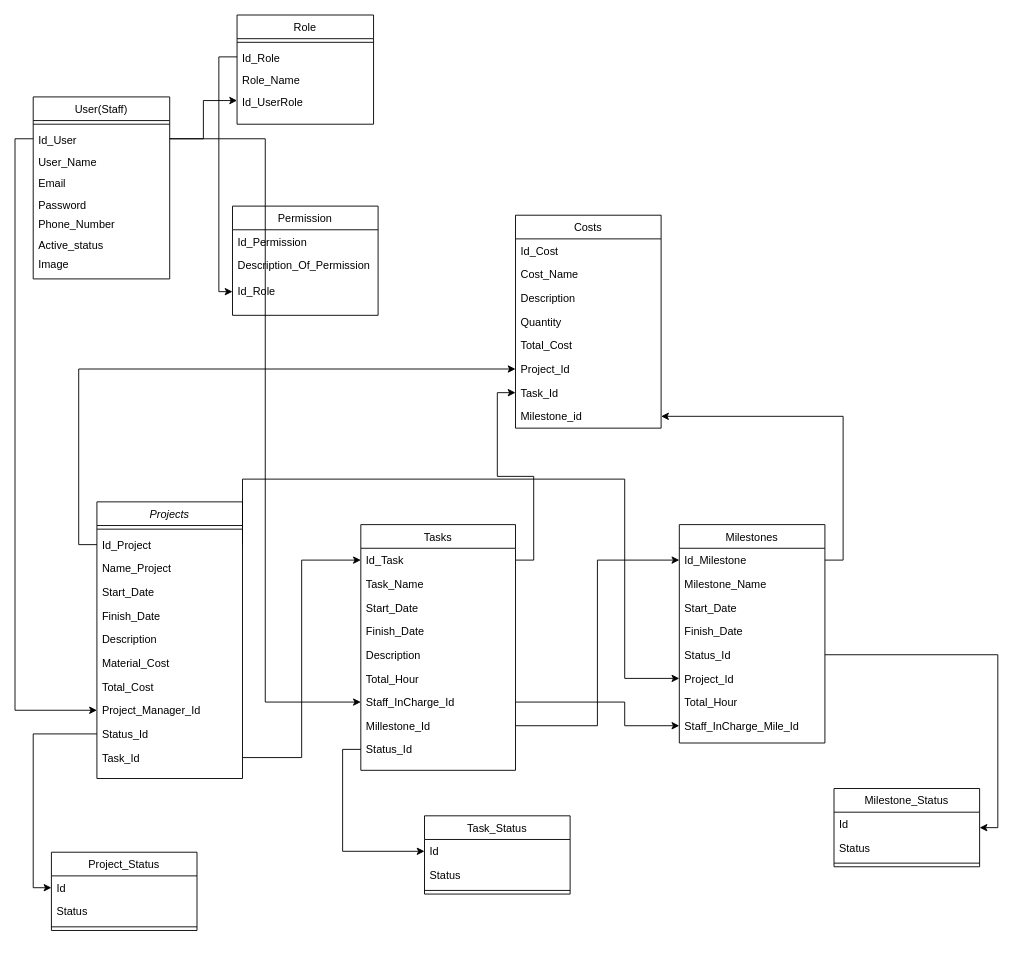
This is PBL3.drawio from nate-q-136/APP-MANAGEMENT-LIB, a draw.io file, before an edit. Source tidied: cells renumbered, new cells numbered last; positions are measured from the earlier drawing's top-left corner, leaving out a move shared by most shapes. Both pictures are drawn from the tidied source at 91%, with x=0, y=0 at pixel (33, 15).
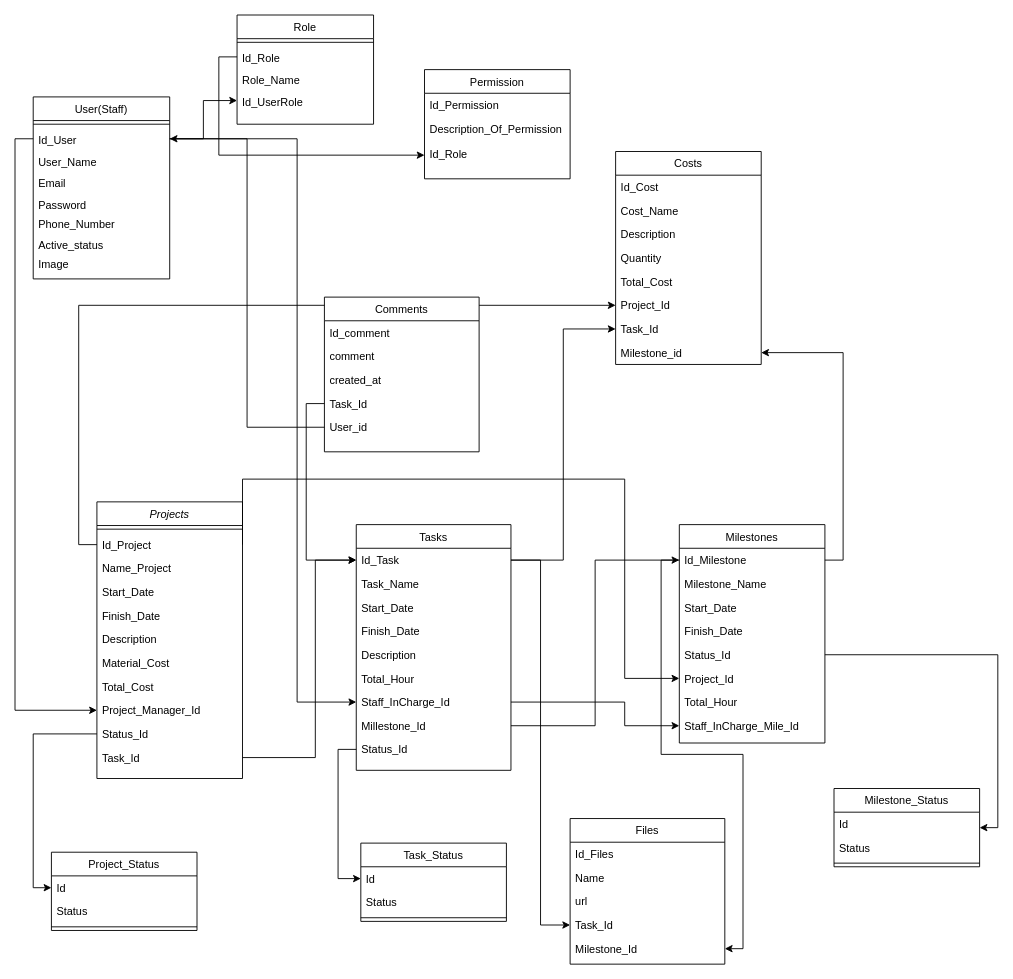
Above is the later version.

Commit message:
Cập nhật PBL3.drawio

The change refers to these unchanged cells:
```xml
<mxCell id="13" value="Task_Id" style="text;align=left;verticalAlign=top;spacingLeft=4;spacingRight=4;overflow=hidden;points=[[0,0.5],[1,0.5]];portConstraint=eastwest;" parent="2" vertex="1">
  <mxGeometry y="268" width="160" height="26" as="geometry" />
</mxCell>
<mxCell id="16" value="Id_User" style="text;align=left;verticalAlign=top;spacingLeft=4;spacingRight=4;overflow=hidden;points=[[0,0.5],[1,0.5]];portConstraint=eastwest;" parent="14" vertex="1">
  <mxGeometry y="34" width="150" height="24" as="geometry" />
</mxCell>
<mxCell id="24" value="Id_Task&#10;" style="text;align=left;verticalAlign=top;spacingLeft=4;spacingRight=4;overflow=hidden;points=[[0,0.5],[1,0.5]];portConstraint=eastwest;" parent="23" vertex="1">
  <mxGeometry y="26" width="170" height="26" as="geometry" />
</mxCell>
<mxCell id="30" value="Staff_InCharge_Id" style="text;align=left;verticalAlign=top;spacingLeft=4;spacingRight=4;overflow=hidden;points=[[0,0.5],[1,0.5]];portConstraint=eastwest;rounded=0;shadow=0;html=0;" parent="23" vertex="1">
  <mxGeometry y="182" width="170" height="26" as="geometry" />
</mxCell>
<mxCell id="47" value="Id_Milestone" style="text;align=left;verticalAlign=top;spacingLeft=4;spacingRight=4;overflow=hidden;points=[[0,0.5],[1,0.5]];portConstraint=eastwest;" parent="46" vertex="1">
  <mxGeometry y="26" width="160" height="26" as="geometry" />
</mxCell>
```

What changed in the source:
```diff
@@
     <mxCell id="23" value="Tasks&#10;" style="swimlane;fontStyle=0;align=center;verticalAlign=top;horizontal=1;startSize=26;rounded=0;shadow=0;strokeWidth=1;" parent="1" vertex="1">
-      <mxGeometry x="360" y="560" width="170" height="270" as="geometry" />
+      <mxGeometry x="355" y="560" width="170" height="270" as="geometry" />
     </mxCell>
@@
     <mxCell id="42" value="Permission" style="swimlane;fontStyle=0;align=center;verticalAlign=top;horizontal=1;startSize=26;rounded=0;shadow=0;strokeWidth=1;" parent="1" vertex="1">
-      <mxGeometry x="219" y="210" width="160" height="120" as="geometry" />
+      <mxGeometry x="430" y="60" width="160" height="120" as="geometry" />
     </mxCell>
@@
     <mxCell id="55" value="Costs" style="swimlane;fontStyle=0;align=center;verticalAlign=top;horizontal=1;startSize=26;rounded=0;shadow=0;strokeWidth=1;" parent="1" vertex="1">
-      <mxGeometry x="530" y="220" width="160" height="234" as="geometry" />
+      <mxGeometry x="640" y="150" width="160" height="234" as="geometry" />
     </mxCell>
@@
     <mxCell id="64" value="Task_Status" style="swimlane;fontStyle=0;align=center;verticalAlign=top;horizontal=1;startSize=26;rounded=0;shadow=0;strokeWidth=1;" parent="1" vertex="1">
-      <mxGeometry x="430" y="880" width="160" height="86" as="geometry" />
+      <mxGeometry x="360" y="910" width="160" height="86" as="geometry" />
     </mxCell>
@@
     <mxCell id="75" style="edgeStyle=orthogonalEdgeStyle;rounded=0;jettySize=auto;html=1;exitX=1;exitY=0.5;exitDx=0;exitDy=0;" parent="1" edge="1" source="16" target="30">
-      <mxGeometry relative="1" as="geometry" />
+      <mxGeometry relative="1" as="geometry">
+        <Array as="points">
+          <mxPoint x="290" y="136" />
+          <mxPoint x="290" y="755" />
+        </Array>
+      </mxGeometry>
     </mxCell>
@@
     <mxCell id="80" style="edgeStyle=orthogonalEdgeStyle;rounded=0;jettySize=auto;html=1;exitX=1;exitY=0.5;exitDx=0;exitDy=0;entryX=0;entryY=0.5;entryDx=0;entryDy=0;" parent="1" edge="1" source="13" target="24">
-      <mxGeometry relative="1" as="geometry" />
+      <mxGeometry relative="1" as="geometry">
+        <Array as="points">
+          <mxPoint x="310" y="816" />
+          <mxPoint x="310" y="599" />
+        </Array>
+      </mxGeometry>
     </mxCell>
@@
+    <mxCell id="86" value="Comments" style="swimlane;fontStyle=0;align=center;verticalAlign=top;horizontal=1;startSize=26;rounded=0;shadow=0;strokeWidth=1;" parent="1" vertex="1">
+      <mxGeometry x="320" y="310" width="170" height="170" as="geometry" />
+    </mxCell>
+    <mxCell id="87" value="Id_comment" style="text;align=left;verticalAlign=top;spacingLeft=4;spacingRight=4;overflow=hidden;" parent="86" vertex="1">
+      <mxGeometry y="26" width="170" height="26" as="geometry" />
+    </mxCell>
+    <mxCell id="88" value="comment" style="text;align=left;verticalAlign=top;spacingLeft=4;spacingRight=4;overflow=hidden;rounded=0;shadow=0;html=0;" parent="86" vertex="1">
+      <mxGeometry y="52" width="170" height="26" as="geometry" />
+    </mxCell>
+    <mxCell id="89" value="created_at" style="text;align=left;verticalAlign=top;spacingLeft=4;spacingRight=4;overflow=hidden;rounded=0;shadow=0;html=0;" parent="86" vertex="1">
+      <mxGeometry y="78" width="170" height="26" as="geometry" />
+    </mxCell>
+    <mxCell id="90" value="Task_Id" style="text;align=left;verticalAlign=top;spacingLeft=4;spacingRight=4;overflow=hidden;points=[[0,0.5],[1,0.5]];portConstraint=eastwest;rounded=0;shadow=0;html=0;" parent="86" vertex="1">
+      <mxGeometry y="104" width="170" height="26" as="geometry" />
+    </mxCell>
+    <mxCell id="91" value="User_id" style="text;align=left;verticalAlign=top;spacingLeft=4;spacingRight=4;overflow=hidden;points=[[0,0.5],[1,0.5]];portConstraint=eastwest;rounded=0;shadow=0;html=0;" parent="86" vertex="1">
+      <mxGeometry y="130" width="170" height="26" as="geometry" />
+    </mxCell>
+    <mxCell id="92" style="edgeStyle=orthogonalEdgeStyle;rounded=0;jettySize=auto;html=1;exitX=0;exitY=0.5;exitDx=0;exitDy=0;entryX=0;entryY=0.5;entryDx=0;entryDy=0;" parent="1" edge="1" source="90" target="24">
+      <mxGeometry relative="1" as="geometry" />
+    </mxCell>
+    <mxCell id="93" style="edgeStyle=orthogonalEdgeStyle;rounded=0;jettySize=auto;html=1;exitX=0;exitY=0.5;exitDx=0;exitDy=0;entryX=1;entryY=0.5;entryDx=0;entryDy=0;" parent="1" edge="1" source="91" target="16">
+      <mxGeometry relative="1" as="geometry" />
+    </mxCell>
+    <mxCell id="94" value="Files" style="swimlane;fontStyle=0;align=center;verticalAlign=top;horizontal=1;startSize=26;rounded=0;shadow=0;strokeWidth=1;" parent="1" vertex="1">
+      <mxGeometry x="590" y="883" width="170" height="160" as="geometry" />
+    </mxCell>
+    <mxCell id="95" value="Id_Files" style="text;align=left;verticalAlign=top;spacingLeft=4;spacingRight=4;overflow=hidden;" parent="94" vertex="1">
+      <mxGeometry y="26" width="170" height="26" as="geometry" />
+    </mxCell>
+    <mxCell id="96" value="Name" style="text;align=left;verticalAlign=top;spacingLeft=4;spacingRight=4;overflow=hidden;rounded=0;shadow=0;html=0;" parent="94" vertex="1">
+      <mxGeometry y="52" width="170" height="26" as="geometry" />
+    </mxCell>
+    <mxCell id="97" value="url" style="text;align=left;verticalAlign=top;spacingLeft=4;spacingRight=4;overflow=hidden;rounded=0;shadow=0;html=0;" parent="94" vertex="1">
+      <mxGeometry y="78" width="170" height="26" as="geometry" />
+    </mxCell>
+    <mxCell id="98" value="Task_Id" style="text;align=left;verticalAlign=top;spacingLeft=4;spacingRight=4;overflow=hidden;points=[[0,0.5],[1,0.5]];portConstraint=eastwest;rounded=0;shadow=0;html=0;" parent="94" vertex="1">
+      <mxGeometry y="104" width="170" height="26" as="geometry" />
+    </mxCell>
+    <mxCell id="99" value="Milestone_Id" style="text;align=left;verticalAlign=top;spacingLeft=4;spacingRight=4;overflow=hidden;points=[[0,0.5],[1,0.5]];portConstraint=eastwest;rounded=0;shadow=0;html=0;" parent="94" vertex="1">
+      <mxGeometry y="130" width="170" height="26" as="geometry" />
+    </mxCell>
+    <mxCell id="100" style="edgeStyle=orthogonalEdgeStyle;rounded=0;jettySize=auto;html=1;entryX=0;entryY=0.5;entryDx=0;entryDy=0;" parent="1" edge="1" source="24" target="98">
+      <mxGeometry relative="1" as="geometry" />
+    </mxCell>
+    <mxCell id="101" style="edgeStyle=orthogonalEdgeStyle;rounded=0;jettySize=auto;html=1;entryX=1;entryY=0.5;entryDx=0;entryDy=0;" parent="1" edge="1" source="47" target="99">
+      <mxGeometry relative="1" as="geometry" />
+    </mxCell>
```
